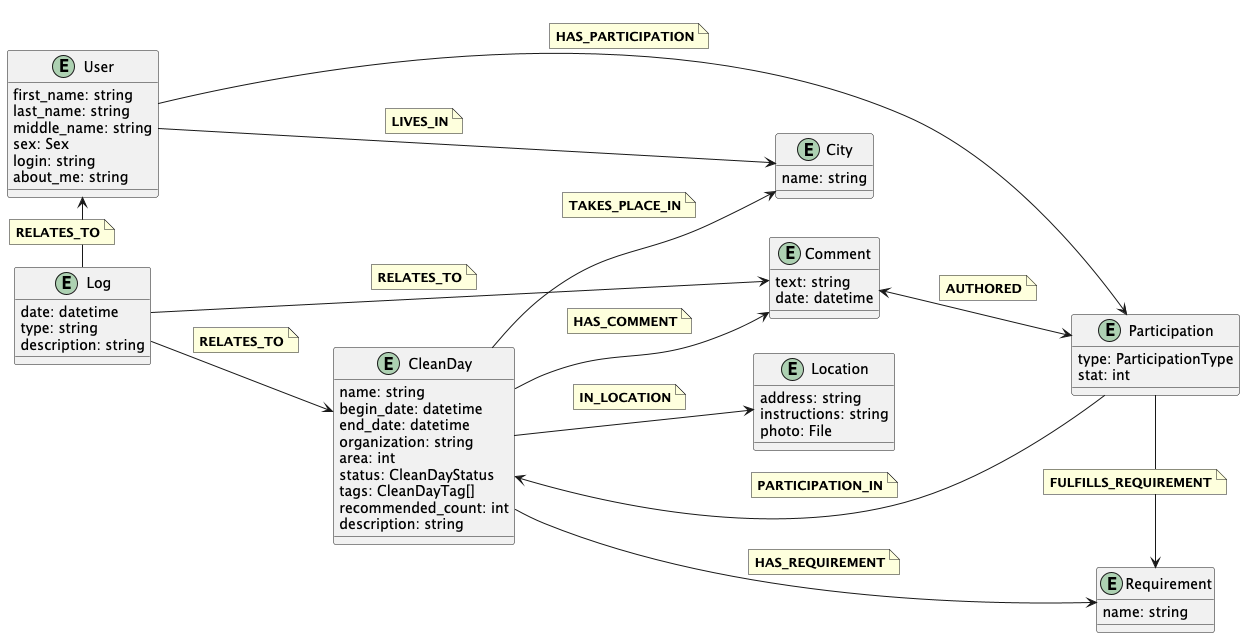
Earlier version of the PlantUML export db_model/graph.png (moevm/nosql1h25-cleanday).
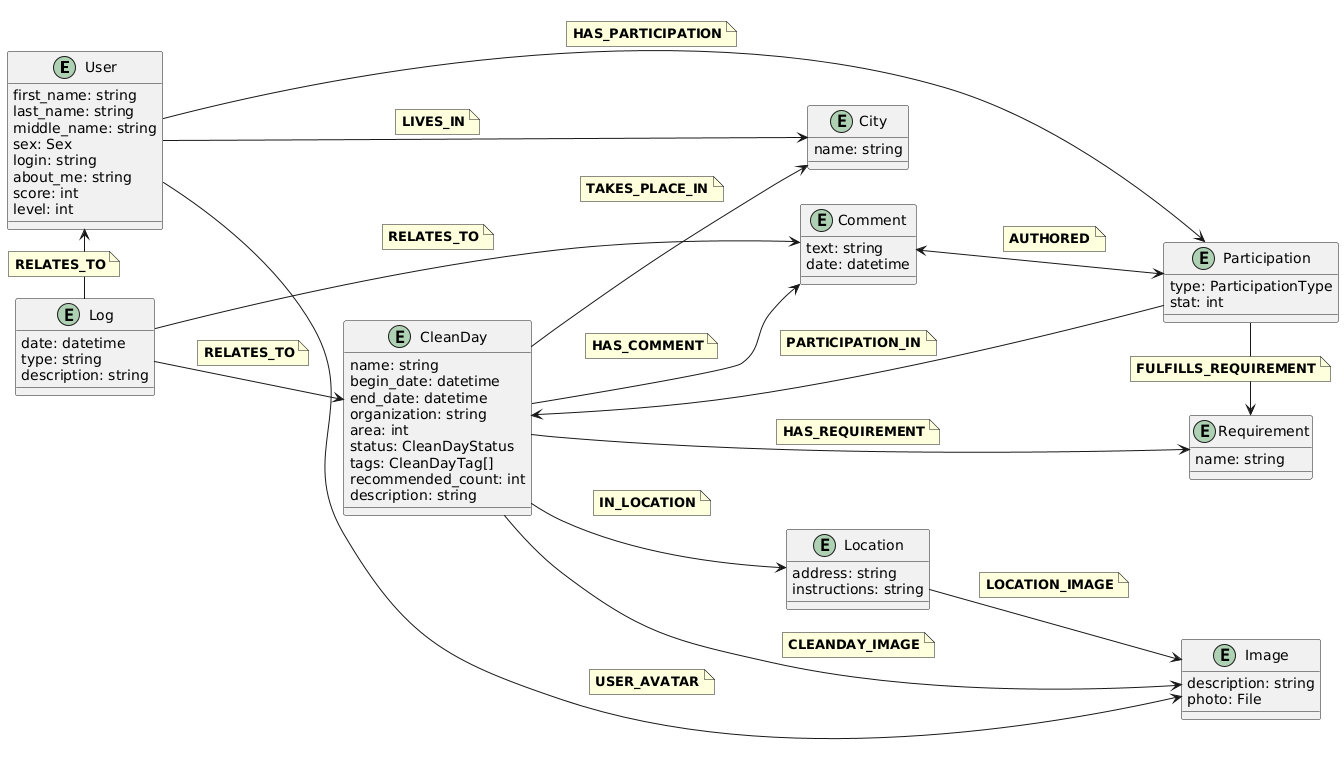
Later version of the same file.

Commit message:
docs: add new fields to graph

Diff of the diagram source:
```diff
@@ -1,5 +1,4 @@
 @startuml
-
 left to right direction
 
 entity "User" as user {
@@ -9,6 +8,8 @@
 sex: Sex
 login: string
 about_me: string
+score: int
+level: int
 }
 
 entity "CleanDay" as cl_day {
@@ -50,6 +51,10 @@
 entity "Location" as loc {
 address: string
 instructions: string
+}
+
+entity "Image" as img {
+description: string
 photo: File
 }
 
@@ -113,4 +118,18 @@
 <b>FULFILLS_REQUIREMENT</b>
 end note
 
+loc --> img
+note on link
+<b>LOCATION_IMAGE</b>
+end note
+
+cl_day --> img
+note on link
+<b>CLEANDAY_IMAGE</b>
+end note
+
+user --> img
+note on link
+<b>USER_AVATAR</b>
+end note
 @enduml
```
